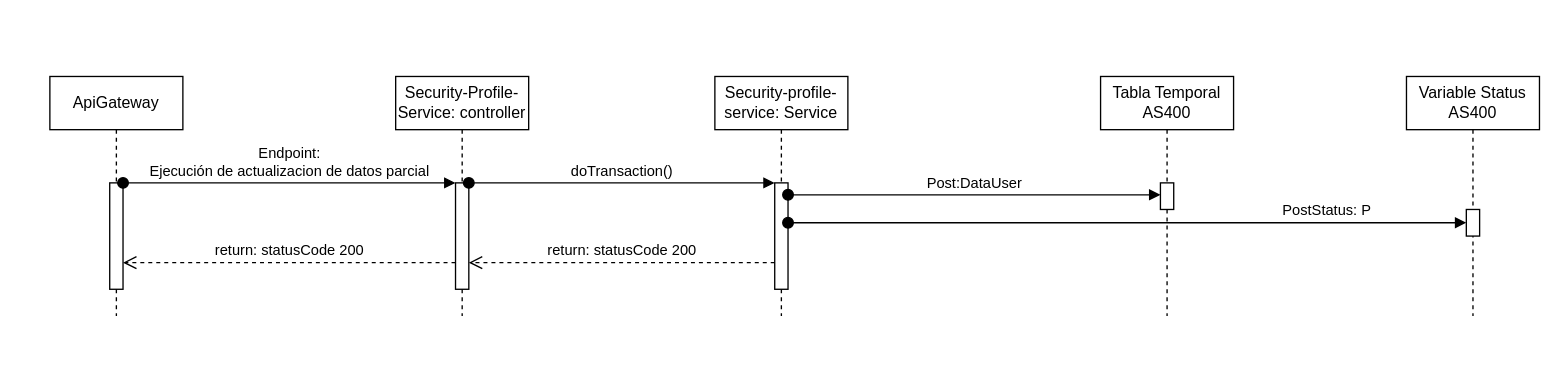
Earlier version of the draw.io diagram 7to endpoint - actu de datos.drawio (StevenGpByte/ActualizacionDatos). Source tidied: cells renumbered, new cells numbered last; positions are measured from the earlier drawing's top-left corner, leaving out a move shared by most shapes. Both pictures are drawn from the tidied source at 133%, with x=0, y=0 at pixel (49, 76).
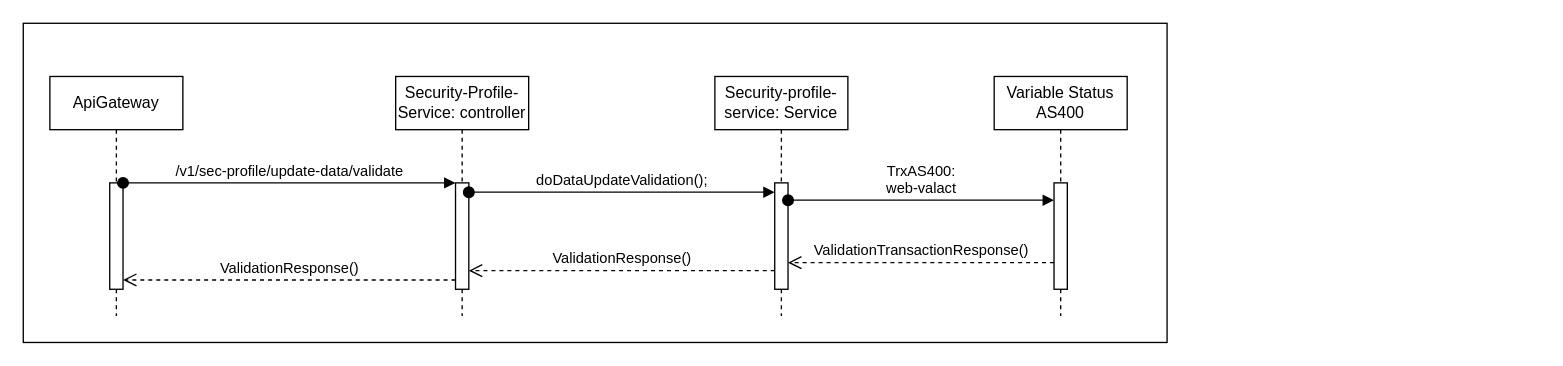
After the change.

Unchanged cells that the change refers to:
```xml
<mxCell id="3" style="html=1;points=[];perimeter=orthogonalPerimeter;outlineConnect=0;targetShapes=umlLifeline;portConstraint=eastwest;newEdgeStyle={&quot;edgeStyle&quot;:&quot;elbowEdgeStyle&quot;,&quot;elbow&quot;:&quot;vertical&quot;,&quot;curved&quot;:0,&quot;rounded&quot;:0};" parent="2" vertex="1">
  <mxGeometry x="45" y="80" width="10" height="80" as="geometry" />
</mxCell>
<mxCell id="5" style="html=1;points=[];perimeter=orthogonalPerimeter;outlineConnect=0;targetShapes=umlLifeline;portConstraint=eastwest;newEdgeStyle={&quot;edgeStyle&quot;:&quot;elbowEdgeStyle&quot;,&quot;elbow&quot;:&quot;vertical&quot;,&quot;curved&quot;:0,&quot;rounded&quot;:0};" parent="4" vertex="1">
  <mxGeometry x="45" y="80" width="10" height="80" as="geometry" />
</mxCell>
<mxCell id="8" style="html=1;points=[];perimeter=orthogonalPerimeter;outlineConnect=0;targetShapes=umlLifeline;portConstraint=eastwest;newEdgeStyle={&quot;edgeStyle&quot;:&quot;elbowEdgeStyle&quot;,&quot;elbow&quot;:&quot;vertical&quot;,&quot;curved&quot;:0,&quot;rounded&quot;:0};" parent="7" vertex="1">
  <mxGeometry x="45" y="80" width="10" height="80" as="geometry" />
</mxCell>
```

What changed in the source:
```diff
@@
+    <mxCell id="18" style="rounded=0;whiteSpace=wrap;html=1;" parent="1" vertex="1">
+      <mxGeometry x="-20" y="-40" width="860" height="240" as="geometry" />
+    </mxCell>
@@
-    <mxCell id="6" value="return: statusCode 200" style="html=1;verticalAlign=bottom;endArrow=open;dashed=1;endSize=8;edgeStyle=elbowEdgeStyle;elbow=vertical;curved=0;rounded=0;" parent="1" edge="1" source="5" target="3">
+    <mxCell id="6" value="ValidationResponse()" style="html=1;verticalAlign=bottom;endArrow=open;dashed=1;endSize=8;edgeStyle=elbowEdgeStyle;elbow=vertical;curved=0;rounded=0;" parent="1" edge="1">
       <mxGeometry relative="1" as="geometry">
+        <mxPoint x="305" y="153" as="sourcePoint" />
+        <mxPoint x="55" y="153" as="targetPoint" />
         <Array as="points">
-          <mxPoint x="250" y="140" />
-          <mxPoint x="130" y="240" />
+          <mxPoint x="250" y="153" />
+          <mxPoint x="130" y="253" />
         </Array>
       </mxGeometry>
     </mxCell>
@@
-    <mxCell id="9" value="Tabla Temporal AS400" style="shape=umlLifeline;perimeter=lifelinePerimeter;whiteSpace=wrap;html=1;newEdgeStyle={&quot;edgeStyle&quot;:&quot;elbowEdgeStyle&quot;,&quot;elbow&quot;:&quot;vertical&quot;,&quot;curved&quot;:0,&quot;rounded&quot;:0};" parent="1" vertex="1">
-      <mxGeometry x="790" width="100" height="180" as="geometry" />
-    </mxCell>
-    <mxCell id="10" style="html=1;perimeter=orthogonalPerimeter;targetShapes=umlLifeline;newEdgeStyle={&quot;edgeStyle&quot;:&quot;elbowEdgeStyle&quot;,&quot;elbow&quot;:&quot;vertical&quot;,&quot;curved&quot;:0,&quot;rounded&quot;:0};" parent="9" vertex="1">
-      <mxGeometry x="45" y="80" width="10" height="20" as="geometry" />
-    </mxCell>
     <mxCell id="11" value="Variable Status AS400" style="shape=umlLifeline;perimeter=lifelinePerimeter;whiteSpace=wrap;html=1;newEdgeStyle={&quot;edgeStyle&quot;:&quot;elbowEdgeStyle&quot;,&quot;elbow&quot;:&quot;vertical&quot;,&quot;curved&quot;:0,&quot;rounded&quot;:0};" parent="1" vertex="1">
-      <mxGeometry x="1020" width="100" height="180" as="geometry" />
+      <mxGeometry x="710" width="100" height="180" as="geometry" />
     </mxCell>
     <mxCell id="12" style="html=1;points=[];perimeter=orthogonalPerimeter;outlineConnect=0;targetShapes=umlLifeline;portConstraint=eastwest;newEdgeStyle={&quot;edgeStyle&quot;:&quot;elbowEdgeStyle&quot;,&quot;elbow&quot;:&quot;vertical&quot;,&quot;curved&quot;:0,&quot;rounded&quot;:0};" parent="11" vertex="1">
-      <mxGeometry x="45" y="100" width="10" height="20" as="geometry" />
+      <mxGeometry x="45" y="80" width="10" height="80" as="geometry" />
     </mxCell>
-    <mxCell id="13" value="Endpoint:&lt;br&gt;Ejecución de actualizacion de datos parcial" style="html=1;verticalAlign=bottom;startArrow=oval;endArrow=block;startSize=8;edgeStyle=elbowEdgeStyle;elbow=vertical;curved=0;rounded=0;" parent="1" edge="1" source="3" target="5">
+    <mxCell id="13" value="/v1/sec-profile/update-data/validate" style="html=1;verticalAlign=bottom;startArrow=oval;endArrow=block;startSize=8;edgeStyle=elbowEdgeStyle;elbow=vertical;curved=0;rounded=0;" parent="1" edge="1" source="3" target="5">
       <mxGeometry relative="1" as="geometry">
         <Array as="points">
           <mxPoint x="150" y="80" />
         </Array>
       </mxGeometry>
     </mxCell>
-    <mxCell id="14" value="doTransaction()" style="html=1;verticalAlign=bottom;startArrow=oval;endArrow=block;startSize=8;edgeStyle=elbowEdgeStyle;elbow=vertical;curved=0;rounded=0;" parent="1" edge="1" source="5" target="8">
+    <mxCell id="14" value="doDataUpdateValidation();" style="html=1;verticalAlign=bottom;startArrow=oval;endArrow=block;startSize=8;edgeStyle=elbowEdgeStyle;elbow=vertical;curved=0;rounded=0;" parent="1" edge="1">
       <mxGeometry relative="1" as="geometry">
+        <mxPoint x="315" y="87" as="sourcePoint" />
+        <mxPoint x="545" y="87" as="targetPoint" />
         <Array as="points">
-          <mxPoint x="500" y="80" />
-          <mxPoint x="425" y="90" />
+          <mxPoint x="500" y="87" />
+          <mxPoint x="425" y="87" />
         </Array>
       </mxGeometry>
     </mxCell>
-    <mxCell id="15" value="Post:DataUser" style="html=1;verticalAlign=bottom;startArrow=oval;endArrow=block;startSize=8;edgeStyle=elbowEdgeStyle;elbow=vertical;curved=0;rounded=0;" parent="1" edge="1">
-      <mxGeometry relative="1" as="geometry">
-        <mxPoint x="555" y="89" as="sourcePoint" />
-        <mxPoint x="835" y="89" as="targetPoint" />
-        <Array as="points">
-          <mxPoint x="755" y="89" />
-          <mxPoint x="680" y="99" />
-        </Array>
-      </mxGeometry>
-    </mxCell>
-    <mxCell id="16" value="PostStatus: P" style="html=1;verticalAlign=bottom;startArrow=oval;endArrow=block;startSize=8;edgeStyle=elbowEdgeStyle;elbow=vertical;curved=0;rounded=0;" parent="1" edge="1" source="8" target="12">
-      <mxGeometry x="0.59" relative="1" as="geometry">
-        <Array as="points">
-          <mxPoint x="1010" y="110" />
-          <mxPoint x="810" y="120" />
-          <mxPoint x="735" y="130" />
-        </Array>
-      </mxGeometry>
-    </mxCell>
-    <mxCell id="17" value="return: statusCode 200" style="html=1;verticalAlign=bottom;endArrow=open;dashed=1;endSize=8;edgeStyle=elbowEdgeStyle;elbow=vertical;curved=0;rounded=0;" parent="1" edge="1" source="8" target="5">
+    <mxCell id="17" value="ValidationResponse()" style="html=1;verticalAlign=bottom;endArrow=open;dashed=1;endSize=8;edgeStyle=elbowEdgeStyle;elbow=vertical;curved=0;rounded=0;" parent="1" edge="1">
       <mxGeometry relative="1" as="geometry">
+        <mxPoint x="545" y="146" as="sourcePoint" />
+        <mxPoint x="315" y="146" as="targetPoint" />
         <Array as="points">
-          <mxPoint x="510" y="140" />
-          <mxPoint x="365" y="149.8" />
+          <mxPoint x="510" y="146" />
+          <mxPoint x="365" y="155.8" />
         </Array>
       </mxGeometry>
     </mxCell>
+    <mxCell id="19" value="TrxAS400: &lt;br&gt;web-valact" style="html=1;verticalAlign=bottom;startArrow=oval;endArrow=block;startSize=8;edgeStyle=elbowEdgeStyle;elbow=vertical;curved=0;rounded=0;" parent="1" edge="1">
+      <mxGeometry relative="1" as="geometry">
+        <mxPoint x="555" y="93" as="sourcePoint" />
+        <mxPoint x="755" y="93" as="targetPoint" />
+        <Array as="points">
+          <mxPoint x="710" y="93" />
+          <mxPoint x="630" y="113" />
+        </Array>
+      </mxGeometry>
+    </mxCell>
+    <mxCell id="20" value="ValidationTransactionResponse()" style="html=1;verticalAlign=bottom;endArrow=open;dashed=1;endSize=8;edgeStyle=elbowEdgeStyle;elbow=vertical;curved=0;rounded=0;" parent="1" edge="1">
+      <mxGeometry relative="1" as="geometry">
+        <mxPoint x="755" y="140" as="sourcePoint" />
+        <mxPoint x="555" y="140" as="targetPoint" />
+        <Array as="points">
+          <mxPoint x="725" y="140" />
+          <mxPoint x="580" y="149.8" />
+        </Array>
+      </mxGeometry>
+    </mxCell>
```
